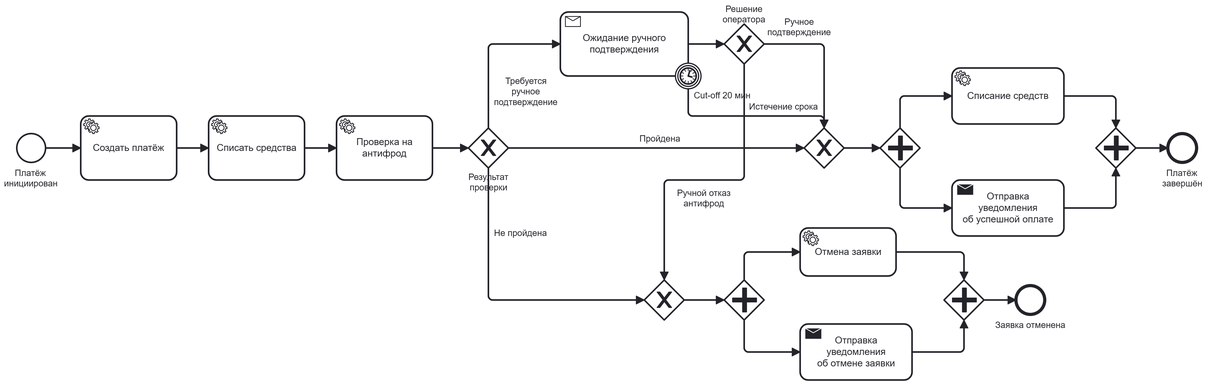
The BPMN diagram Task4_1/payment_process.png in vstebletsov89/MSA-5-PaymentService, before a commit. Its source is kept beside it as Task4_1/payment_process.bpmn. Ids are renumbered.
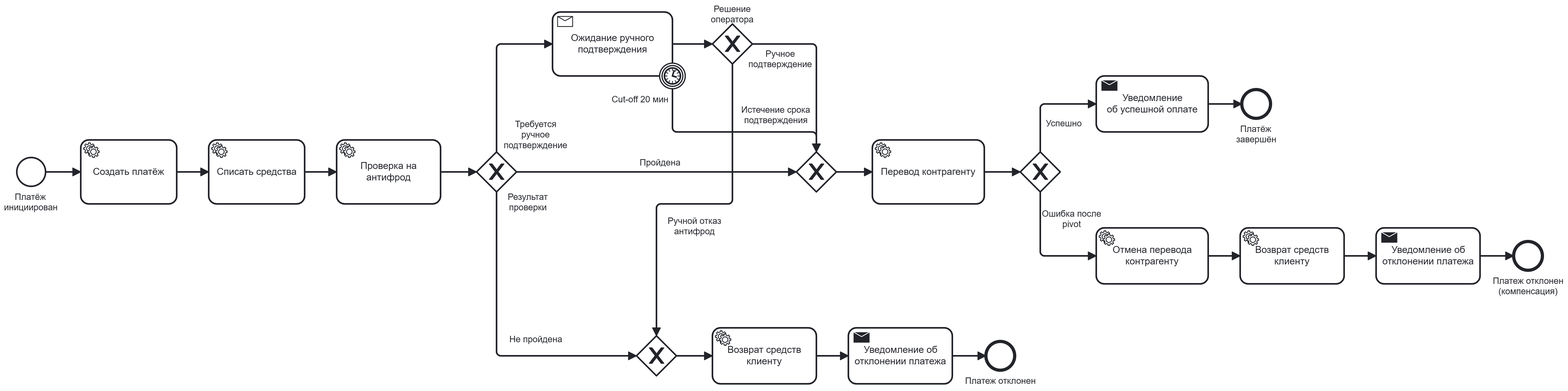
The same file after the commit.

The edit, as a diff of the source:
```diff
@@ -23,3 +23,3 @@
     </bpmn:exclusiveGateway>
-    <bpmn:receiveTask id="Task_ManualReview" name="Ожидание ручного подтверждения">
+    <bpmn:receiveTask id="Task_ManualReview" name="Ожидание ручного&#10;подтверждения">
       <bpmn:incoming>F_fraud_manual</bpmn:incoming>
@@ -44,22 +44,32 @@
     </bpmn:exclusiveGateway>
-    <bpmn:parallelGateway id="GW_ParallelSplit">
+    <bpmn:serviceTask id="Task_TransferMerchant" name="Перевод контрагенту">
       <bpmn:incoming>F_merge_transfer</bpmn:incoming>
-      <bpmn:outgoing>F_par_transfer</bpmn:outgoing>
-      <bpmn:outgoing>F_par_notify_success</bpmn:outgoing>
-    </bpmn:parallelGateway>
-    <bpmn:serviceTask id="Task_TransferMerchant" name="Перевод контрагенту">
-      <bpmn:incoming>F_par_transfer</bpmn:incoming>
-      <bpmn:outgoing>F_transfer_join</bpmn:outgoing>
+      <bpmn:outgoing>F_transfer_pivot</bpmn:outgoing>
     </bpmn:serviceTask>
-    <bpmn:sendTask id="Task_NotifySuccess" name="Отправка уведомления&#10;об успешной оплате">
-      <bpmn:incoming>F_par_notify_success</bpmn:incoming>
-      <bpmn:outgoing>F_notify_join</bpmn:outgoing>
+    <bpmn:exclusiveGateway id="GW_Pivot" name="Ошибка после pivot">
+      <bpmn:incoming>F_transfer_pivot</bpmn:incoming>
+      <bpmn:outgoing>F_pivot_success</bpmn:outgoing>
+      <bpmn:outgoing>F_pivot_compensate</bpmn:outgoing>
+    </bpmn:exclusiveGateway>
+    <bpmn:sendTask id="Task_NotifySuccess" name="Уведомление&#10;об успешной оплате">
+      <bpmn:incoming>F_pivot_success</bpmn:incoming>
+      <bpmn:outgoing>F_notify_end_ok</bpmn:outgoing>
     </bpmn:sendTask>
-    <bpmn:parallelGateway id="GW_ParallelJoin">
-      <bpmn:incoming>F_transfer_join</bpmn:incoming>
-      <bpmn:incoming>F_notify_join</bpmn:incoming>
-      <bpmn:outgoing>F_join_end_ok</bpmn:outgoing>
-    </bpmn:parallelGateway>
     <bpmn:endEvent id="End_Success" name="Платёж завершён">
-      <bpmn:incoming>F_join_end_ok</bpmn:incoming>
+      <bpmn:incoming>F_notify_end_ok</bpmn:incoming>
+    </bpmn:endEvent>
+    <bpmn:serviceTask id="Task_ReverseMerchant" name="Отмена перевода&#10;контрагенту">
+      <bpmn:incoming>F_pivot_compensate</bpmn:incoming>
+      <bpmn:outgoing>F_reverse_refund</bpmn:outgoing>
+    </bpmn:serviceTask>
+    <bpmn:serviceTask id="Task_RefundAfterPivot" name="Возврат средств&#10;клиенту">
+      <bpmn:incoming>F_reverse_refund</bpmn:incoming>
+      <bpmn:outgoing>F_refund_notify_comp</bpmn:outgoing>
+    </bpmn:serviceTask>
+    <bpmn:sendTask id="Task_NotifyRejectComp" name="Уведомление об отклонении платежа">
+      <bpmn:incoming>F_refund_notify_comp</bpmn:incoming>
+      <bpmn:outgoing>F_comp_end</bpmn:outgoing>
+    </bpmn:sendTask>
+    <bpmn:endEvent id="End_Compensated" name="Платеж отклонен (компенсация)">
+      <bpmn:incoming>F_comp_end</bpmn:incoming>
     </bpmn:endEvent>
@@ -68,24 +78,14 @@
       <bpmn:incoming>F_manual_reject</bpmn:incoming>
-      <bpmn:outgoing>F_reject_parallel</bpmn:outgoing>
+      <bpmn:outgoing>F_reject_refund</bpmn:outgoing>
     </bpmn:exclusiveGateway>
-    <bpmn:parallelGateway id="GW_RejectParSplit">
-      <bpmn:incoming>F_reject_parallel</bpmn:incoming>
-      <bpmn:outgoing>F_par_cancel</bpmn:outgoing>
-      <bpmn:outgoing>F_par_notify_reject</bpmn:outgoing>
-    </bpmn:parallelGateway>
-    <bpmn:serviceTask id="Task_CancelPayment" name="Возврат средств клиенту">
-      <bpmn:incoming>F_par_cancel</bpmn:incoming>
-      <bpmn:outgoing>F_cancel_join</bpmn:outgoing>
+    <bpmn:serviceTask id="Task_RefundReject" name="Возврат средств&#10;клиенту">
+      <bpmn:incoming>F_reject_refund</bpmn:incoming>
+      <bpmn:outgoing>F_refund_notify_rej</bpmn:outgoing>
     </bpmn:serviceTask>
-    <bpmn:sendTask id="Task_NotifyReject" name="Отправка уведомления&#10;об отмене заявки">
-      <bpmn:incoming>F_par_notify_reject</bpmn:incoming>
-      <bpmn:outgoing>F_notify_reject_join</bpmn:outgoing>
+    <bpmn:sendTask id="Task_NotifyReject" name="Уведомление об отклонении платежа">
+      <bpmn:incoming>F_refund_notify_rej</bpmn:incoming>
+      <bpmn:outgoing>F_notify_end_rej</bpmn:outgoing>
     </bpmn:sendTask>
-    <bpmn:parallelGateway id="GW_RejectParJoin">
-      <bpmn:incoming>F_cancel_join</bpmn:incoming>
-      <bpmn:incoming>F_notify_reject_join</bpmn:incoming>
-      <bpmn:outgoing>F_join_end_reject</bpmn:outgoing>
-    </bpmn:parallelGateway>
-    <bpmn:endEvent id="End_Reject" name="Заявка отменена">
-      <bpmn:incoming>F_join_end_reject</bpmn:incoming>
+    <bpmn:endEvent id="End_Reject" name="Платеж отклонен">
+      <bpmn:incoming>F_notify_end_rej</bpmn:incoming>
     </bpmn:endEvent>
@@ -99,17 +99,16 @@
     <bpmn:sequenceFlow id="F_manual_gw" sourceRef="Task_ManualReview" targetRef="GW_ManualDecision" />
-    <bpmn:sequenceFlow id="F_cutoff_merge" name="Истечение срока" sourceRef="Boundary_CutOff" targetRef="GW_ApprovedMerge" />
+    <bpmn:sequenceFlow id="F_cutoff_merge" name="Истечение срока&#10;подтверждения" sourceRef="Boundary_CutOff" targetRef="GW_ApprovedMerge" />
     <bpmn:sequenceFlow id="F_manual_ok" name="Ручное подтверждение" sourceRef="GW_ManualDecision" targetRef="GW_ApprovedMerge" />
-    <bpmn:sequenceFlow id="F_manual_reject" name="Ручной отказ&#10;антифрод" sourceRef="GW_ManualDecision" targetRef="GW_RejectMerge" />
-    <bpmn:sequenceFlow id="F_merge_transfer" sourceRef="GW_ApprovedMerge" targetRef="GW_ParallelSplit" />
-    <bpmn:sequenceFlow id="F_par_transfer" sourceRef="GW_ParallelSplit" targetRef="Task_TransferMerchant" />
-    <bpmn:sequenceFlow id="F_par_notify_success" sourceRef="GW_ParallelSplit" targetRef="Task_NotifySuccess" />
-    <bpmn:sequenceFlow id="F_transfer_join" sourceRef="Task_TransferMerchant" targetRef="GW_ParallelJoin" />
-    <bpmn:sequenceFlow id="F_notify_join" sourceRef="Task_NotifySuccess" targetRef="GW_ParallelJoin" />
-    <bpmn:sequenceFlow id="F_join_end_ok" sourceRef="GW_ParallelJoin" targetRef="End_Success" />
-    <bpmn:sequenceFlow id="F_reject_parallel" sourceRef="GW_RejectMerge" targetRef="GW_RejectParSplit" />
-    <bpmn:sequenceFlow id="F_par_cancel" sourceRef="GW_RejectParSplit" targetRef="Task_CancelPayment" />
-    <bpmn:sequenceFlow id="F_par_notify_reject" sourceRef="GW_RejectParSplit" targetRef="Task_NotifyReject" />
-    <bpmn:sequenceFlow id="F_cancel_join" sourceRef="Task_CancelPayment" targetRef="GW_RejectParJoin" />
-    <bpmn:sequenceFlow id="F_notify_reject_join" sourceRef="Task_NotifyReject" targetRef="GW_RejectParJoin" />
-    <bpmn:sequenceFlow id="F_join_end_reject" sourceRef="GW_RejectParJoin" targetRef="End_Reject" />
+    <bpmn:sequenceFlow id="F_manual_reject" name="Ручной отказ антифрод" sourceRef="GW_ManualDecision" targetRef="GW_RejectMerge" />
+    <bpmn:sequenceFlow id="F_merge_transfer" sourceRef="GW_ApprovedMerge" targetRef="Task_TransferMerchant" />
+    <bpmn:sequenceFlow id="F_transfer_pivot" sourceRef="Task_TransferMerchant" targetRef="GW_Pivot" />
+    <bpmn:sequenceFlow id="F_pivot_success" name="Успешно" sourceRef="GW_Pivot" targetRef="Task_NotifySuccess" />
+    <bpmn:sequenceFlow id="F_pivot_compensate" sourceRef="GW_Pivot" targetRef="Task_ReverseMerchant" />
+    <bpmn:sequenceFlow id="F_notify_end_ok" sourceRef="Task_NotifySuccess" targetRef="End_Success" />
+    <bpmn:sequenceFlow id="F_reverse_refund" sourceRef="Task_ReverseMerchant" targetRef="Task_RefundAfterPivot" />
+    <bpmn:sequenceFlow id="F_refund_notify_comp" sourceRef="Task_RefundAfterPivot" targetRef="Task_NotifyRejectComp" />
+    <bpmn:sequenceFlow id="F_comp_end" sourceRef="Task_NotifyRejectComp" targetRef="End_Compensated" />
+    <bpmn:sequenceFlow id="F_reject_refund" sourceRef="GW_RejectMerge" targetRef="Task_RefundReject" />
+    <bpmn:sequenceFlow id="F_refund_notify_rej" sourceRef="Task_RefundReject" targetRef="Task_NotifyReject" />
+    <bpmn:sequenceFlow id="F_notify_end_rej" sourceRef="Task_NotifyReject" targetRef="End_Reject" />
   </bpmn:process>
@@ -130,8 +129,8 @@
       <bpmndi:BPMNShape id="S_Fraud" bpmnElement="Task_FraudCheck">
-        <dc:Bounds x="570" y="260" width="120" height="80" />
+        <dc:Bounds x="570" y="260" width="130" height="80" />
       </bpmndi:BPMNShape>
       <bpmndi:BPMNShape id="S_GW_Fraud" bpmnElement="GW_FraudDecision" isMarkerVisible="true">
-        <dc:Bounds x="735" y="275" width="50" height="50" />
+        <dc:Bounds x="745" y="275" width="50" height="50" />
         <bpmndi:BPMNLabel>
-          <dc:Bounds x="735" y="330" width="51" height="27" />
+          <dc:Bounds x="784" y="325" width="51" height="27" />
         </bpmndi:BPMNLabel>
@@ -139,8 +138,8 @@
       <bpmndi:BPMNShape id="S_Manual" bpmnElement="Task_ManualReview">
-        <dc:Bounds x="850" y="130" width="160" height="80" />
+        <dc:Bounds x="840" y="100" width="150" height="80" />
       </bpmndi:BPMNShape>
       <bpmndi:BPMNShape id="S_GW_Manual" bpmnElement="GW_ManualDecision" isMarkerVisible="true">
-        <dc:Bounds x="1055" y="145" width="50" height="50" />
+        <dc:Bounds x="1040" y="115" width="50" height="50" />
         <bpmndi:BPMNLabel>
-          <dc:Bounds x="1053" y="120" width="55" height="27" />
+          <dc:Bounds x="1038" y="90" width="55" height="27" />
         </bpmndi:BPMNLabel>
@@ -148,20 +147,36 @@
       <bpmndi:BPMNShape id="S_GW_Merge" bpmnElement="GW_ApprovedMerge" isMarkerVisible="true">
-        <dc:Bounds x="1155" y="275" width="50" height="50" />
-      </bpmndi:BPMNShape>
-      <bpmndi:BPMNShape id="S_GW_ParSplit" bpmnElement="GW_ParallelSplit">
-        <dc:Bounds x="1250" y="275" width="50" height="50" />
+        <dc:Bounds x="1145" y="275" width="50" height="50" />
       </bpmndi:BPMNShape>
       <bpmndi:BPMNShape id="S_Transfer" bpmnElement="Task_TransferMerchant">
-        <dc:Bounds x="1340" y="200" width="140" height="70" />
+        <dc:Bounds x="1240" y="260" width="140" height="80" />
+      </bpmndi:BPMNShape>
+      <bpmndi:BPMNShape id="S_GW_Pivot" bpmnElement="GW_Pivot" isMarkerVisible="true">
+        <dc:Bounds x="1425" y="275" width="50" height="50" />
+        <bpmndi:BPMNLabel>
+          <dc:Bounds x="1452" y="346" width="75" height="27" />
+        </bpmndi:BPMNLabel>
       </bpmndi:BPMNShape>
       <bpmndi:BPMNShape id="S_NotifySuccess" bpmnElement="Task_NotifySuccess">
-        <dc:Bounds x="1340" y="340" width="140" height="70" />
-      </bpmndi:BPMNShape>
-      <bpmndi:BPMNShape id="S_GW_ParJoin" bpmnElement="GW_ParallelJoin">
-        <dc:Bounds x="1520" y="275" width="50" height="50" />
+        <dc:Bounds x="1520" y="180" width="140" height="70" />
       </bpmndi:BPMNShape>
       <bpmndi:BPMNShape id="S_EndOK" bpmnElement="End_Success">
-        <dc:Bounds x="1610" y="282" width="36" height="36" />
+        <dc:Bounds x="1702" y="197" width="36" height="36" />
         <bpmndi:BPMNLabel>
-          <dc:Bounds x="1603" y="325" width="51" height="27" />
+          <dc:Bounds x="1695" y="240" width="51" height="27" />
+        </bpmndi:BPMNLabel>
+      </bpmndi:BPMNShape>
+      <bpmndi:BPMNShape id="S_Reverse" bpmnElement="Task_ReverseMerchant">
+        <dc:Bounds x="1520" y="370" width="140" height="70" />
+        <bpmndi:BPMNLabel />
+      </bpmndi:BPMNShape>
+      <bpmndi:BPMNShape id="S_RefundComp" bpmnElement="Task_RefundAfterPivot">
+        <dc:Bounds x="1700" y="370" width="130" height="70" />
+      </bpmndi:BPMNShape>
+      <bpmndi:BPMNShape id="S_NotifyComp" bpmnElement="Task_NotifyRejectComp">
+        <dc:Bounds x="1870" y="370" width="130" height="70" />
+      </bpmndi:BPMNShape>
+      <bpmndi:BPMNShape id="S_EndComp" bpmnElement="End_Compensated">
+        <dc:Bounds x="2042" y="387" width="36" height="36" />
+        <bpmndi:BPMNLabel>
+          <dc:Bounds x="2016" y="430" width="89" height="27" />
         </bpmndi:BPMNLabel>
@@ -169,20 +184,14 @@
       <bpmndi:BPMNShape id="S_GW_RejectMerge" bpmnElement="GW_RejectMerge" isMarkerVisible="true">
-        <dc:Bounds x="955" y="465" width="50" height="50" />
+        <dc:Bounds x="945" y="505" width="50" height="50" />
       </bpmndi:BPMNShape>
-      <bpmndi:BPMNShape id="S_GW_RejParSplit" bpmnElement="GW_RejectParSplit">
-        <dc:Bounds x="1055" y="465" width="50" height="50" />
+      <bpmndi:BPMNShape id="S_RefundRej" bpmnElement="Task_RefundReject">
+        <dc:Bounds x="1040" y="495" width="130" height="70" />
       </bpmndi:BPMNShape>
-      <bpmndi:BPMNShape id="S_Cancel" bpmnElement="Task_CancelPayment">
-        <dc:Bounds x="1150" y="400" width="120" height="60" />
-      </bpmndi:BPMNShape>
-      <bpmndi:BPMNShape id="S_NotifyReject" bpmnElement="Task_NotifyReject">
-        <dc:Bounds x="1150" y="520" width="140" height="70" />
-      </bpmndi:BPMNShape>
-      <bpmndi:BPMNShape id="S_GW_RejParJoin" bpmnElement="GW_RejectParJoin">
-        <dc:Bounds x="1330" y="465" width="50" height="50" />
+      <bpmndi:BPMNShape id="S_NotifyRej" bpmnElement="Task_NotifyReject">
+        <dc:Bounds x="1210" y="495" width="130" height="70" />
       </bpmndi:BPMNShape>
       <bpmndi:BPMNShape id="S_EndReject" bpmnElement="End_Reject">
-        <dc:Bounds x="1420" y="472" width="36" height="36" />
+        <dc:Bounds x="1382" y="512" width="36" height="36" />
         <bpmndi:BPMNLabel>
-          <dc:Bounds x="1394" y="515" width="89" height="14" />
+          <dc:Bounds x="1356" y="555" width="89" height="14" />
         </bpmndi:BPMNLabel>
@@ -190,5 +199,5 @@
       <bpmndi:BPMNShape id="S_Boundary" bpmnElement="Boundary_CutOff">
-        <dc:Bounds x="994" y="194" width="32" height="32" />
+        <dc:Bounds x="974" y="164" width="32" height="32" />
         <bpmndi:BPMNLabel>
-          <dc:Bounds x="1017" y="228" width="71" height="14" />
+          <dc:Bounds x="914" y="203" width="71" height="14" />
         </bpmndi:BPMNLabel>
@@ -208,8 +217,8 @@
       <bpmndi:BPMNEdge id="E_fraud_gw" bpmnElement="F_fraud_gw">
-        <di:waypoint x="690" y="300" />
-        <di:waypoint x="735" y="300" />
+        <di:waypoint x="700" y="300" />
+        <di:waypoint x="745" y="300" />
       </bpmndi:BPMNEdge>
       <bpmndi:BPMNEdge id="E_fraud_ok" bpmnElement="F_fraud_ok">
-        <di:waypoint x="785" y="300" />
-        <di:waypoint x="1155" y="300" />
+        <di:waypoint x="795" y="300" />
+        <di:waypoint x="1145" y="300" />
         <bpmndi:BPMNLabel>
@@ -219,7 +228,7 @@
       <bpmndi:BPMNEdge id="E_fraud_reject" bpmnElement="F_fraud_reject">
-        <di:waypoint x="760" y="325" />
-        <di:waypoint x="760" y="490" />
-        <di:waypoint x="955" y="490" />
+        <di:waypoint x="770" y="325" />
+        <di:waypoint x="770" y="530" />
+        <di:waypoint x="945" y="530" />
         <bpmndi:BPMNLabel>
-          <dc:Bounds x="767" y="400" width="67" height="14" />
+          <dc:Bounds x="786" y="503" width="67" height="14" />
         </bpmndi:BPMNLabel>
@@ -227,7 +236,7 @@
       <bpmndi:BPMNEdge id="E_fraud_manual" bpmnElement="F_fraud_manual">
-        <di:waypoint x="760" y="275" />
-        <di:waypoint x="760" y="170" />
-        <di:waypoint x="850" y="170" />
+        <di:waypoint x="770" y="275" />
+        <di:waypoint x="770" y="140" />
+        <di:waypoint x="840" y="140" />
         <bpmndi:BPMNLabel>
-          <dc:Bounds x="767" y="210" width="81" height="40" />
+          <dc:Bounds x="779" y="234" width="81" height="40" />
         </bpmndi:BPMNLabel>
@@ -235,11 +244,20 @@
       <bpmndi:BPMNEdge id="E_manual_gw" bpmnElement="F_manual_gw">
-        <di:waypoint x="1010" y="170" />
-        <di:waypoint x="1055" y="170" />
+        <di:waypoint x="990" y="140" />
+        <di:waypoint x="1040" y="140" />
+      </bpmndi:BPMNEdge>
+      <bpmndi:BPMNEdge id="E_cutoff" bpmnElement="F_cutoff_merge">
+        <di:waypoint x="990" y="196" />
+        <di:waypoint x="990" y="250" />
+        <di:waypoint x="1170" y="250" />
+        <di:waypoint x="1170" y="275" />
+        <bpmndi:BPMNLabel>
+          <dc:Bounds x="1076" y="216" width="87" height="27" />
+        </bpmndi:BPMNLabel>
       </bpmndi:BPMNEdge>
       <bpmndi:BPMNEdge id="E_manual_ok" bpmnElement="F_manual_ok">
-        <di:waypoint x="1105" y="170" />
-        <di:waypoint x="1180" y="170" />
-        <di:waypoint x="1180" y="275" />
+        <di:waypoint x="1090" y="140" />
+        <di:waypoint x="1170" y="140" />
+        <di:waypoint x="1170" y="275" />
         <bpmndi:BPMNLabel>
-          <dc:Bounds x="1109" y="136" width="81" height="27" />
+          <dc:Bounds x="1085" y="146" width="81" height="27" />
         </bpmndi:BPMNLabel>
@@ -247,74 +265,61 @@
       <bpmndi:BPMNEdge id="E_manual_reject" bpmnElement="F_manual_reject">
-        <di:waypoint x="1080" y="195" />
-        <di:waypoint x="1080" y="340" />
-        <di:waypoint x="980" y="340" />
-        <di:waypoint x="980" y="465" />
+        <di:waypoint x="1065" y="165" />
+        <di:waypoint x="1065" y="340" />
+        <di:waypoint x="970" y="340" />
+        <di:waypoint x="970" y="505" />
         <bpmndi:BPMNLabel>
-          <dc:Bounds x="996" y="350" width="68" height="27" />
+          <dc:Bounds x="984" y="355" width="68" height="27" />
         </bpmndi:BPMNLabel>
       </bpmndi:BPMNEdge>
-      <bpmndi:BPMNEdge id="E_cutoff" bpmnElement="F_cutoff_merge">
-        <di:waypoint x="1010" y="226" />
-        <di:waypoint x="1010" y="260" />
-        <di:waypoint x="1180" y="260" />
-        <di:waypoint x="1180" y="275" />
+      <bpmndi:BPMNEdge id="E_merge_transfer" bpmnElement="F_merge_transfer">
+        <di:waypoint x="1195" y="300" />
+        <di:waypoint x="1240" y="300" />
+      </bpmndi:BPMNEdge>
+      <bpmndi:BPMNEdge id="E_transfer_pivot" bpmnElement="F_transfer_pivot">
+        <di:waypoint x="1380" y="300" />
+        <di:waypoint x="1425" y="300" />
+      </bpmndi:BPMNEdge>
+      <bpmndi:BPMNEdge id="E_pivot_success" bpmnElement="F_pivot_success">
+        <di:waypoint x="1450" y="275" />
+        <di:waypoint x="1450" y="215" />
+        <di:waypoint x="1520" y="215" />
         <bpmndi:BPMNLabel>
-          <dc:Bounds x="1086" y="242" width="87" height="14" />
+          <dc:Bounds x="1457" y="233" width="45" height="14" />
         </bpmndi:BPMNLabel>
       </bpmndi:BPMNEdge>
-      <bpmndi:BPMNEdge id="E_merge_par" bpmnElement="F_merge_transfer">
-        <di:waypoint x="1205" y="300" />
-        <di:waypoint x="1250" y="300" />
+      <bpmndi:BPMNEdge id="E_pivot_compensate" bpmnElement="F_pivot_compensate">
+        <di:waypoint x="1450" y="325" />
+        <di:waypoint x="1450" y="405" />
+        <di:waypoint x="1520" y="405" />
+        <bpmndi:BPMNLabel>
+          <dc:Bounds x="1469" y="332" width="42" height="14" />
+        </bpmndi:BPMNLabel>
       </bpmndi:BPMNEdge>
-      <bpmndi:BPMNEdge id="E_par_transfer" bpmnElement="F_par_transfer">
-        <di:waypoint x="1275" y="275" />
-        <di:waypoint x="1275" y="235" />
-        <di:waypoint x="1340" y="235" />
+      <bpmndi:BPMNEdge id="E_notify_end_ok" bpmnElement="F_notify_end_ok">
+        <di:waypoint x="1660" y="215" />
+        <di:waypoint x="1702" y="215" />
       </bpmndi:BPMNEdge>
-      <bpmndi:BPMNEdge id="E_par_notify" bpmnElement="F_par_notify_success">
-        <di:waypoint x="1275" y="325" />
-        <di:waypoint x="1275" y="375" />
-        <di:waypoint x="1340" y="375" />
+      <bpmndi:BPMNEdge id="E_reverse_refund" bpmnElement="F_reverse_refund">
+        <di:waypoint x="1660" y="405" />
+        <di:waypoint x="1700" y="405" />
       </bpmndi:BPMNEdge>
-      <bpmndi:BPMNEdge id="E_transfer_join" bpmnElement="F_transfer_join">
-        <di:waypoint x="1480" y="235" />
-        <di:waypoint x="1545" y="235" />
-        <di:waypoint x="1545" y="275" />
+      <bpmndi:BPMNEdge id="E_refund_notify_comp" bpmnElement="F_refund_notify_comp">
+        <di:waypoint x="1830" y="405" />
+        <di:waypoint x="1870" y="405" />
       </bpmndi:BPMNEdge>
-      <bpmndi:BPMNEdge id="E_notify_join" bpmnElement="F_notify_join">
-        <di:waypoint x="1480" y="375" />
-        <di:waypoint x="1545" y="375" />
-        <di:waypoint x="1545" y="325" />
+      <bpmndi:BPMNEdge id="E_comp_end" bpmnElement="F_comp_end">
+        <di:waypoint x="2000" y="405" />
+        <di:waypoint x="2042" y="405" />
       </bpmndi:BPMNEdge>
-      <bpmndi:BPMNEdge id="E_join_end" bpmnElement="F_join_end_ok">
-        <di:waypoint x="1570" y="300" />
-        <di:waypoint x="1610" y="300" />
+      <bpmndi:BPMNEdge id="E_reject_refund" bpmnElement="F_reject_refund">
+        <di:waypoint x="995" y="530" />
+        <di:waypoint x="1040" y="530" />
       </bpmndi:BPMNEdge>
-      <bpmndi:BPMNEdge id="E_rej_par" bpmnElement="F_reject_parallel">
-        <di:waypoint x="1005" y="490" />
-        <di:waypoint x="1055" y="490" />
+      <bpmndi:BPMNEdge id="E_refund_notify_rej" bpmnElement="F_refund_notify_rej">
+        <di:waypoint x="1170" y="530" />
+        <di:waypoint x="1210" y="530" />
       </bpmndi:BPMNEdge>
-      <bpmndi:BPMNEdge id="E_par_cancel" bpmnElement="F_par_cancel">
-        <di:waypoint x="1080" y="465" />
-        <di:waypoint x="1080" y="430" />
-        <di:waypoint x="1150" y="430" />
-      </bpmndi:BPMNEdge>
-      <bpmndi:BPMNEdge id="E_par_notifyrej" bpmnElement="F_par_notify_reject">
-        <di:waypoint x="1080" y="515" />
-        <di:waypoint x="1080" y="555" />
-        <di:waypoint x="1150" y="555" />
-      </bpmndi:BPMNEdge>
-      <bpmndi:BPMNEdge id="E_cancel_join" bpmnElement="F_cancel_join">
-        <di:waypoint x="1270" y="430" />
-        <di:waypoint x="1355" y="430" />
-        <di:waypoint x="1355" y="465" />
-      </bpmndi:BPMNEdge>
-      <bpmndi:BPMNEdge id="E_notifyrej_join" bpmnElement="F_notify_reject_join">
-        <di:waypoint x="1290" y="555" />
-        <di:waypoint x="1355" y="555" />
-        <di:waypoint x="1355" y="515" />
-      </bpmndi:BPMNEdge>
-      <bpmndi:BPMNEdge id="E_rejjoin_end" bpmnElement="F_join_end_reject">
-        <di:waypoint x="1380" y="490" />
-        <di:waypoint x="1420" y="490" />
+      <bpmndi:BPMNEdge id="E_notify_end_rej" bpmnElement="F_notify_end_rej">
+        <di:waypoint x="1340" y="530" />
+        <di:waypoint x="1382" y="530" />
       </bpmndi:BPMNEdge>
```
